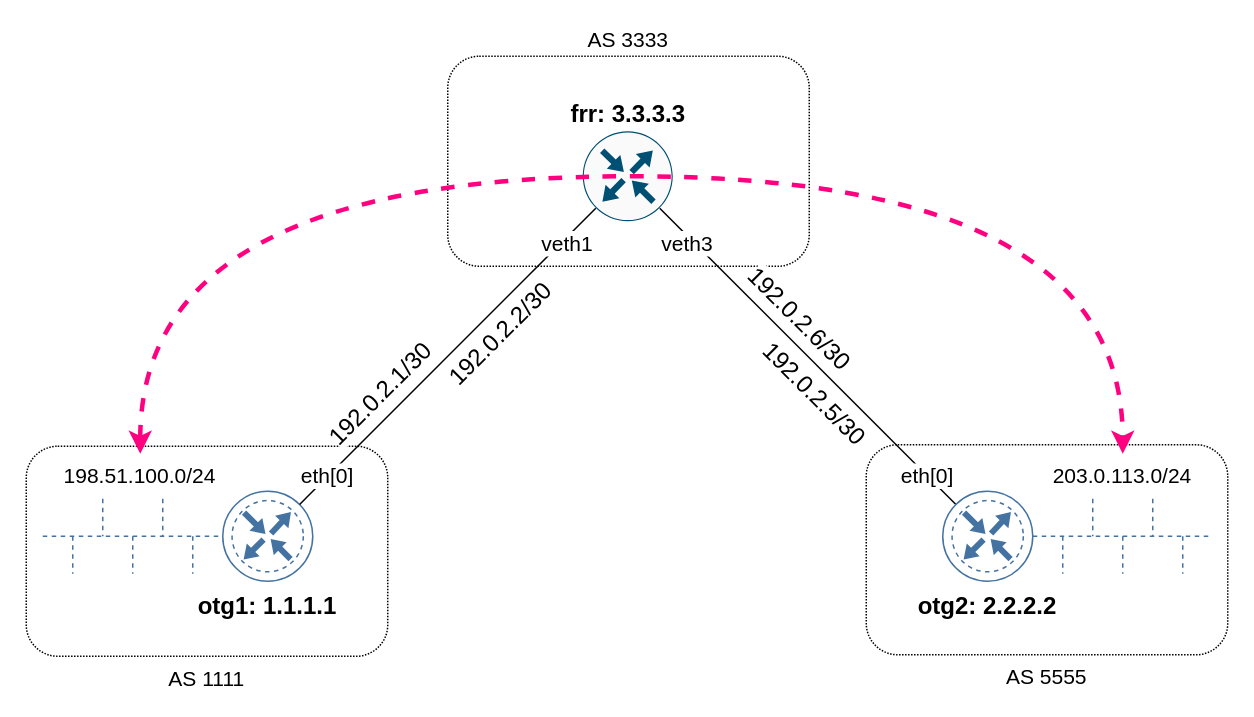
The draw.io diagram page "cpdp-frr-ip" (6 of 6) of drawio/otg-examples.drawio in open-traffic-generator/otg-examples, before the edit. Source tidied: cells renumbered, new cells numbered last; positions are measured from the earlier drawing's top-left corner, leaving out a move shared by most shapes. Both pictures are drawn from the tidied source at 150%, with x=0, y=0 at pixel (26, 56).
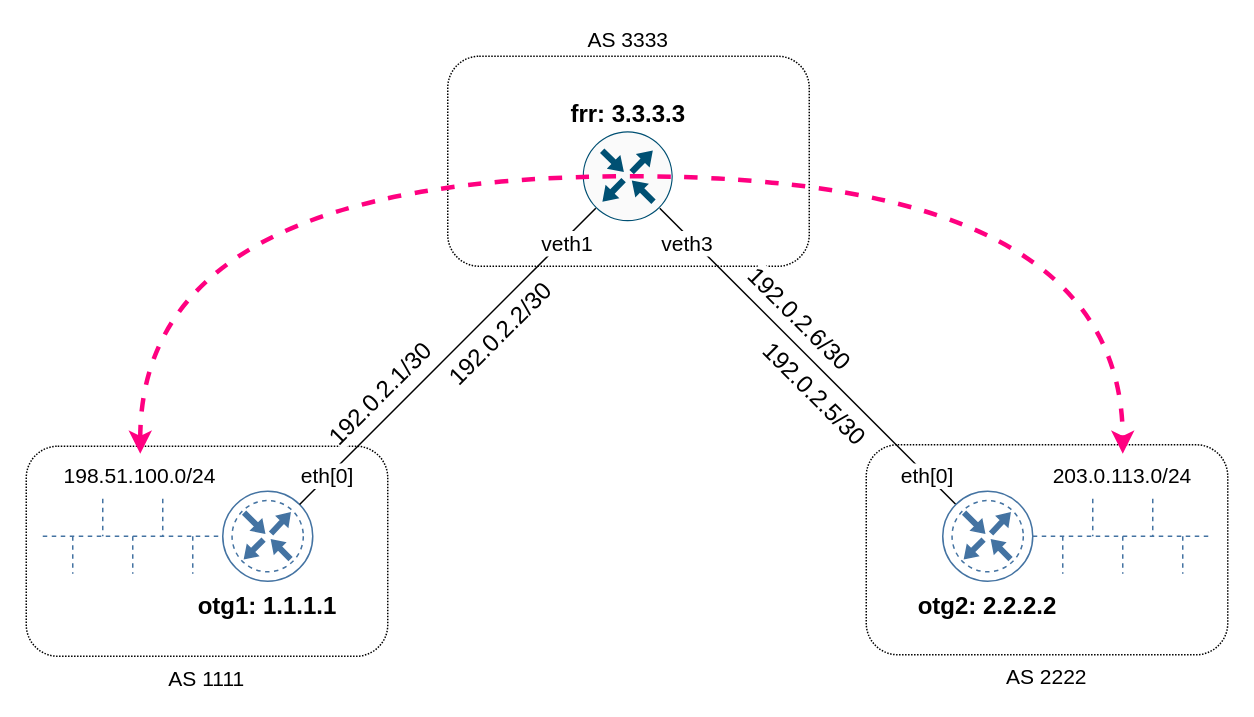
The same diagram, later.

The edit, as a diff of the source:
```diff
@@
-    <mxCell id="2" value="AS 5555" style="rounded=1;whiteSpace=wrap;html=1;labelBackgroundColor=default;fontSize=14;fillColor=none;dashed=1;dashPattern=1 1;labelPosition=center;verticalLabelPosition=bottom;align=center;verticalAlign=top;" parent="1" vertex="1">
+    <mxCell id="2" value="AS 2222" style="rounded=1;whiteSpace=wrap;html=1;labelBackgroundColor=default;fontSize=14;fillColor=none;dashed=1;dashPattern=1 1;labelPosition=center;verticalLabelPosition=bottom;align=center;verticalAlign=top;" parent="1" vertex="1">
       <mxGeometry x="560" y="259" width="241" height="140" as="geometry" />
     </mxCell>
```
